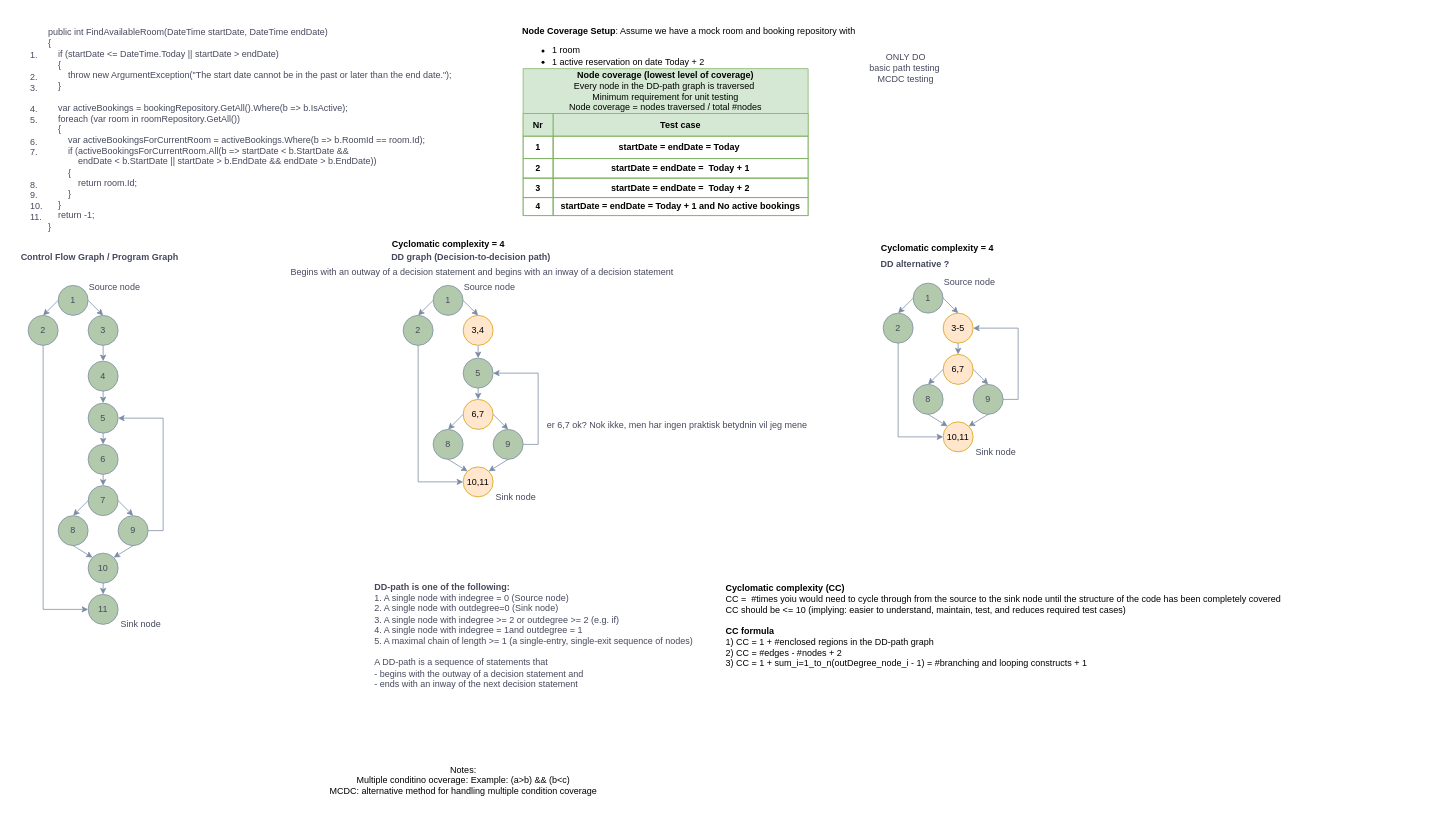
The draw.io diagram page "FindAvailableRoom_v2" (2 of 3) of Unavngivet diagram.drawio in leaand01/WhiteBoxTesting_temp, before the edit. Source tidied: cells renumbered, new cells numbered last; positions are measured from the earlier drawing's top-left corner, leaving out a move shared by most shapes. Both pictures are drawn from the tidied source at 75%, with x=0, y=0 at pixel (13, 20).
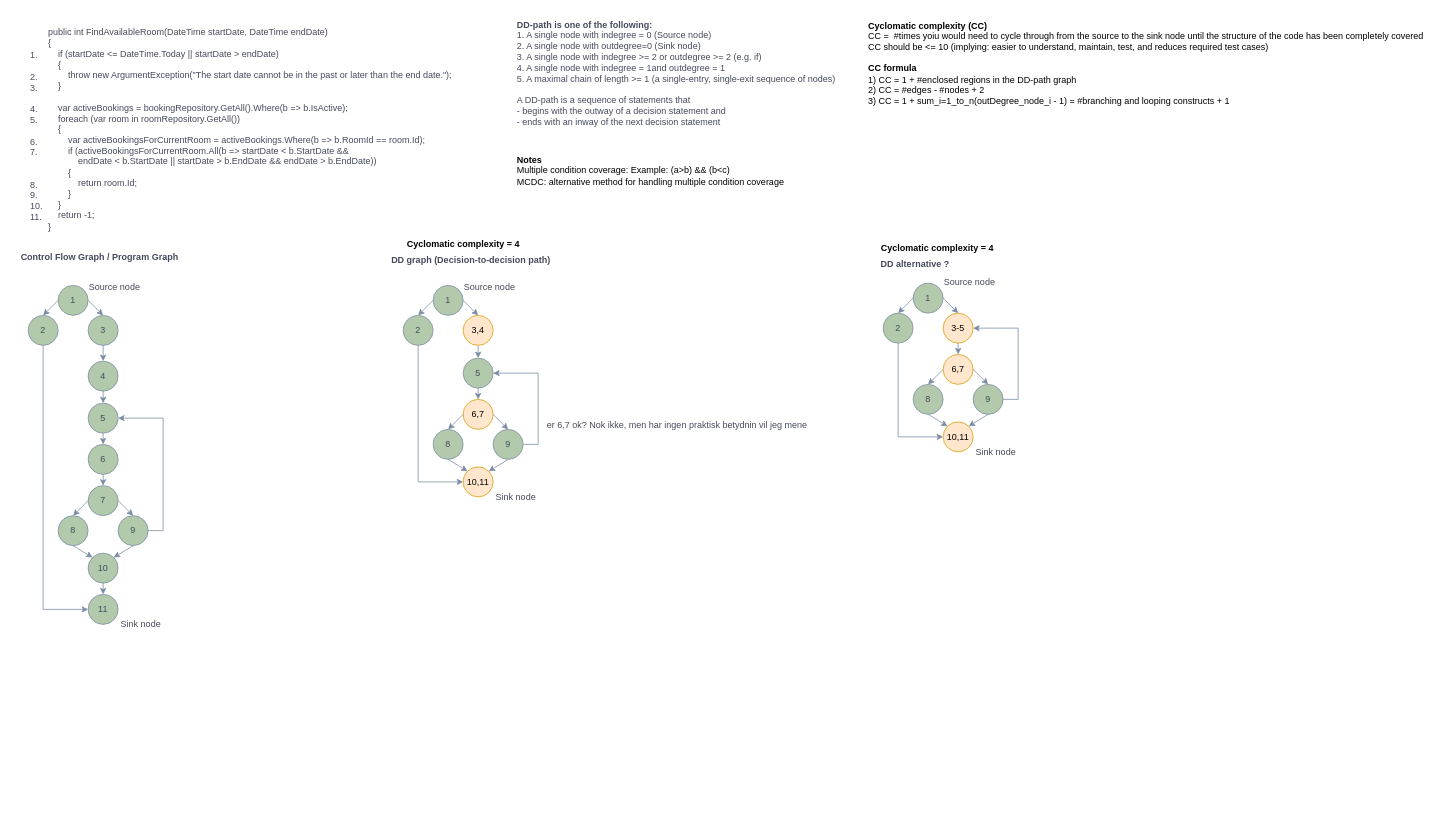
After the change.

Change to the diagram source:
```diff
@@
     <mxCell id="5" value="&lt;b&gt;DD graph (Decision-to-decision path)&lt;/b&gt;" style="text;html=1;align=center;verticalAlign=middle;strokeColor=none;fillColor=none;labelBackgroundColor=none;fontColor=#46495D;" parent="1" vertex="1">
-      <mxGeometry x="490" y="300" width="240" height="30" as="geometry" />
+      <mxGeometry x="490" y="305" width="240" height="30" as="geometry" />
     </mxCell>
-    <mxCell id="6" value="Begins with an outway of a decision statement and begins with an inway of a decision statement" style="text;html=1;align=center;verticalAlign=middle;strokeColor=none;fillColor=none;labelBackgroundColor=none;fontColor=#46495D;" parent="1" vertex="1">
-      <mxGeometry x="360" y="320" width="530" height="30" as="geometry" />
-    </mxCell>
@@
     <mxCell id="8" value="&lt;b&gt;DD-path is one of the following:&lt;/b&gt;&lt;div&gt;1. A single node with indegree = 0 (Source node)&lt;/div&gt;&lt;div&gt;2. A single node with outdegree=0 (Sink node)&lt;/div&gt;&lt;div&gt;3. A single node with indegree &amp;gt;= 2 or outdegree &amp;gt;= 2 (e.g. if)&lt;/div&gt;&lt;div&gt;4. A single node with indegree = 1and outdegree = 1&lt;/div&gt;&lt;div&gt;5. A maximal chain of length &amp;gt;= 1 (a single-entry, single-exit sequence of nodes)&lt;/div&gt;&lt;div&gt;&lt;br&gt;&lt;/div&gt;&lt;div&gt;A DD-path is a sequence of statements that&amp;nbsp;&lt;/div&gt;&lt;div&gt;- begins with the outway of a decision statement&amp;nbsp;&lt;span style=&quot;background-color: initial;&quot;&gt;and&lt;/span&gt;&lt;/div&gt;&lt;div&gt;&lt;span style=&quot;background-color: initial;&quot;&gt;- ends with an inway of the next decision statement&lt;/span&gt;&lt;/div&gt;" style="text;html=1;align=left;verticalAlign=middle;strokeColor=none;fillColor=none;fontColor=#46495D;" parent="1" vertex="1">
-      <mxGeometry x="480" y="740" width="450" height="160" as="geometry" />
+      <mxGeometry x="670" y="-10" width="450" height="160" as="geometry" />
     </mxCell>
@@
     <mxCell id="10" value="&lt;div style=&quot;text-align: left;&quot;&gt;&lt;b style=&quot;background-color: initial;&quot;&gt;Cyclomatic complexity (CC)&lt;/b&gt;&lt;/div&gt;&lt;div&gt;&lt;div style=&quot;text-align: left;&quot;&gt;&lt;span style=&quot;background-color: initial;&quot;&gt;CC =&amp;nbsp; #times yoiu would need to cycle through from the source to the sink node until the structure of the code has been completely covered&lt;/span&gt;&lt;/div&gt;&lt;div style=&quot;text-align: left;&quot;&gt;CC should be &amp;lt;= 10 (implying: easier to&amp;nbsp;&lt;span style=&quot;background-color: initial;&quot;&gt;understand, maintain,&amp;nbsp;&lt;/span&gt;&lt;span style=&quot;background-color: initial;&quot;&gt;test, and reduces required test cases)&lt;/span&gt;&lt;/div&gt;&lt;/div&gt;&lt;div style=&quot;text-align: left;&quot;&gt;&lt;span style=&quot;background-color: initial;&quot;&gt;&lt;br&gt;&lt;/span&gt;&lt;/div&gt;&lt;div style=&quot;text-align: left;&quot;&gt;&lt;span style=&quot;background-color: initial;&quot;&gt;&lt;b&gt;CC formula&lt;/b&gt;&lt;/span&gt;&lt;/div&gt;&lt;div style=&quot;text-align: left;&quot;&gt;1) CC = 1 + #enclosed regions in the DD-path graph&lt;/div&gt;&lt;div style=&quot;text-align: left;&quot;&gt;2) CC = #edges - #nodes + 2&lt;/div&gt;&lt;div style=&quot;text-align: left;&quot;&gt;3) CC = 1 + sum_i=1_to_n(outDegree_node_i - 1) = #branching and looping constructs + 1&lt;/div&gt;&lt;div style=&quot;text-align: left;&quot;&gt;&lt;span style=&quot;background-color: initial;&quot;&gt;&lt;br&gt;&lt;/span&gt;&lt;/div&gt;" style="text;html=1;align=center;verticalAlign=middle;strokeColor=none;fillColor=none;" parent="1" vertex="1">
-      <mxGeometry x="940" y="744" width="760" height="140" as="geometry" />
+      <mxGeometry x="1130" y="-6" width="760" height="140" as="geometry" />
     </mxCell>
     <mxCell id="11" value="&lt;b&gt;Cyclomatic complexity = 4&lt;/b&gt;&lt;div&gt;&lt;br&gt;&lt;/div&gt;" style="text;html=1;align=center;verticalAlign=middle;strokeColor=none;fillColor=none;" parent="1" vertex="1">
-      <mxGeometry x="495" y="285" width="170" height="40" as="geometry" />
+      <mxGeometry x="515" y="285" width="170" height="40" as="geometry" />
     </mxCell>
@@
-    <mxCell id="13" value="Node coverage (lowest level of coverage)&lt;div&gt;&lt;span style=&quot;font-weight: normal;&quot;&gt;Every node in the DD-path graph is traversed&amp;nbsp;&lt;/span&gt;&lt;/div&gt;&lt;div&gt;&lt;span style=&quot;font-weight: normal;&quot;&gt;Minimum requirement for unit testing&lt;/span&gt;&lt;/div&gt;&lt;div&gt;&lt;span style=&quot;font-weight: normal;&quot;&gt;Node coverage = nodes traversed / total #nodes&lt;/span&gt;&lt;/div&gt;" style="shape=table;startSize=60;childLayout=tableLayout;fillColor=#d5e8d4;strokeColor=#82b366;fontStyle=1;swimlaneFillColor=#FFFFFF;fontColor=#000000;whiteSpace=wrap;html=1;" parent="1" vertex="1">
-      <mxGeometry x="680" y="64" width="380" height="196" as="geometry" />
-    </mxCell>
-    <mxCell id="14" style="shape=tableRow;horizontal=0;startSize=0;swimlaneHead=0;swimlaneBody=0;strokeColor=inherit;top=0;left=0;bottom=0;right=0;fillColor=inherit;fontSize=16;fontColor=#000000;" parent="13" vertex="1">
-      <mxGeometry y="60" width="380" height="30" as="geometry" />
-    </mxCell>
-    <mxCell id="15" value="Nr" style="html=1;whiteSpace=wrap;strokeColor=inherit;overflow=hidden;fillColor=none;fontColor=#000000;fontStyle=1;" parent="14" vertex="1">
-      <mxGeometry width="40" height="30" as="geometry" />
-    </mxCell>
-    <mxCell id="16" value="Test case" style="html=1;whiteSpace=wrap;strokeColor=inherit;overflow=hidden;fillColor=none;fontColor=#000000;fontStyle=1;" parent="14" vertex="1">
-      <mxGeometry x="40" width="340" height="30" as="geometry" />
-    </mxCell>
-    <mxCell id="17" style="shape=tableRow;horizontal=0;startSize=0;swimlaneHead=0;swimlaneBody=0;strokeColor=inherit;top=0;left=0;bottom=0;right=0;fillColor=none;fontSize=16;fontColor=#000000;" parent="13" vertex="1">
-      <mxGeometry y="90" width="380" height="30" as="geometry" />
-    </mxCell>
-    <mxCell id="18" value="1" style="html=1;whiteSpace=wrap;strokeColor=inherit;overflow=hidden;fillColor=none;fontColor=#000000;fontStyle=1;" parent="17" vertex="1">
-      <mxGeometry width="40" height="30" as="geometry" />
-    </mxCell>
-    <mxCell id="19" value="startDate = endDate = Today&amp;nbsp;" style="html=1;whiteSpace=wrap;strokeColor=inherit;overflow=hidden;fillColor=none;fontColor=#000000;fontStyle=1;" parent="17" vertex="1">
-      <mxGeometry x="40" width="340" height="30" as="geometry" />
-    </mxCell>
-    <mxCell id="20" style="shape=tableRow;horizontal=0;startSize=0;swimlaneHead=0;swimlaneBody=0;strokeColor=inherit;top=0;left=0;bottom=0;right=0;fillColor=none;fontSize=16;fontColor=#000000;" parent="13" vertex="1">
-      <mxGeometry y="120" width="380" height="26" as="geometry" />
-    </mxCell>
-    <mxCell id="21" value="2" style="html=1;whiteSpace=wrap;strokeColor=inherit;overflow=hidden;fillColor=none;fontColor=#000000;fontStyle=1;" parent="20" vertex="1">
-      <mxGeometry width="40" height="26" as="geometry" />
-    </mxCell>
-    <mxCell id="22" value="startDate = endDate =&amp;nbsp; Today + 1" style="html=1;whiteSpace=wrap;strokeColor=inherit;overflow=hidden;fillColor=none;fontColor=#000000;fontStyle=1;" parent="20" vertex="1">
-      <mxGeometry x="40" width="340" height="26" as="geometry" />
-    </mxCell>
-    <mxCell id="23" style="shape=tableRow;horizontal=0;startSize=0;swimlaneHead=0;swimlaneBody=0;strokeColor=inherit;top=0;left=0;bottom=0;right=0;fillColor=none;fontSize=16;fontColor=#000000;" parent="13" vertex="1">
-      <mxGeometry y="146" width="380" height="26" as="geometry" />
-    </mxCell>
-    <mxCell id="24" value="3" style="html=1;whiteSpace=wrap;strokeColor=inherit;overflow=hidden;fillColor=none;fontColor=#000000;fontStyle=1;" parent="23" vertex="1">
-      <mxGeometry width="40" height="26" as="geometry" />
-    </mxCell>
-    <mxCell id="25" value="startDate = endDate =&amp;nbsp; Today + 2" style="html=1;whiteSpace=wrap;strokeColor=inherit;overflow=hidden;fillColor=none;fontColor=#000000;fontStyle=1;" parent="23" vertex="1">
-      <mxGeometry x="40" width="340" height="26" as="geometry" />
-    </mxCell>
-    <mxCell id="26" style="shape=tableRow;horizontal=0;startSize=0;swimlaneHead=0;swimlaneBody=0;strokeColor=inherit;top=0;left=0;bottom=0;right=0;fillColor=none;fontSize=16;fontColor=#000000;" parent="13" vertex="1">
-      <mxGeometry y="172" width="380" height="24" as="geometry" />
-    </mxCell>
-    <mxCell id="27" value="4" style="html=1;whiteSpace=wrap;strokeColor=inherit;overflow=hidden;fillColor=none;fontColor=#000000;fontStyle=1;" parent="26" vertex="1">
-      <mxGeometry width="40" height="24" as="geometry" />
-    </mxCell>
-    <mxCell id="28" value="startDate = endDate = Today + 1 and&lt;span style=&quot;background-color: initial;&quot;&gt;&amp;nbsp;&lt;/span&gt;&lt;span style=&quot;background-color: initial;&quot;&gt;No active bookings&lt;/span&gt;" style="html=1;whiteSpace=wrap;strokeColor=inherit;overflow=hidden;fillColor=none;fontColor=#000000;fontStyle=1;" parent="26" vertex="1">
-      <mxGeometry x="40" width="340" height="24" as="geometry" />
-    </mxCell>
-    <mxCell id="29" value="Notes:&lt;div&gt;Multiple conditino ocverage: Example: (a&amp;gt;b) &amp;amp;&amp;amp; (b&amp;lt;c)&lt;div&gt;MCDC: alternative method for handling multiple condition coverage&lt;/div&gt;&lt;/div&gt;" style="text;html=1;align=center;verticalAlign=middle;strokeColor=none;fillColor=none;" parent="1" vertex="1">
-      <mxGeometry x="410" y="983" width="380" height="60" as="geometry" />
+    <mxCell id="29" value="&lt;b&gt;Notes&lt;/b&gt;&lt;div&gt;Multiple condition coverage: Example: (a&amp;gt;b) &amp;amp;&amp;amp; (b&amp;lt;c)&lt;div&gt;MCDC: alternative method for handling multiple condition coverage&lt;/div&gt;&lt;/div&gt;" style="text;html=1;align=left;verticalAlign=middle;strokeColor=none;fillColor=none;" parent="1" vertex="1">
+      <mxGeometry x="670" y="170" width="380" height="60" as="geometry" />
     </mxCell>
-    <mxCell id="30" value="&lt;b&gt;Node Coverage Setup&lt;/b&gt;: Assume we have a mock room and booking repository with&lt;div&gt;&lt;ul&gt;&lt;li&gt;1 room&lt;/li&gt;&lt;li&gt;&lt;span style=&quot;background-color: initial;&quot;&gt;1 active reservation on date Today + 2&lt;/span&gt;&lt;br&gt;&lt;/li&gt;&lt;/ul&gt;&lt;/div&gt;" style="text;html=1;align=left;verticalAlign=middle;strokeColor=none;fillColor=none;" parent="1" vertex="1">
-      <mxGeometry x="677" width="470" height="80" as="geometry" />
-    </mxCell>
-    <mxCell id="31" value="ONLY DO&lt;div&gt;basic path testing&amp;nbsp;&lt;/div&gt;&lt;div&gt;MCDC testing&lt;/div&gt;" style="text;html=1;align=center;verticalAlign=middle;strokeColor=none;fillColor=none;fontColor=#46495D;" parent="1" vertex="1">
-      <mxGeometry x="1130" y="33" width="120" height="60" as="geometry" />
-    </mxCell>
```
